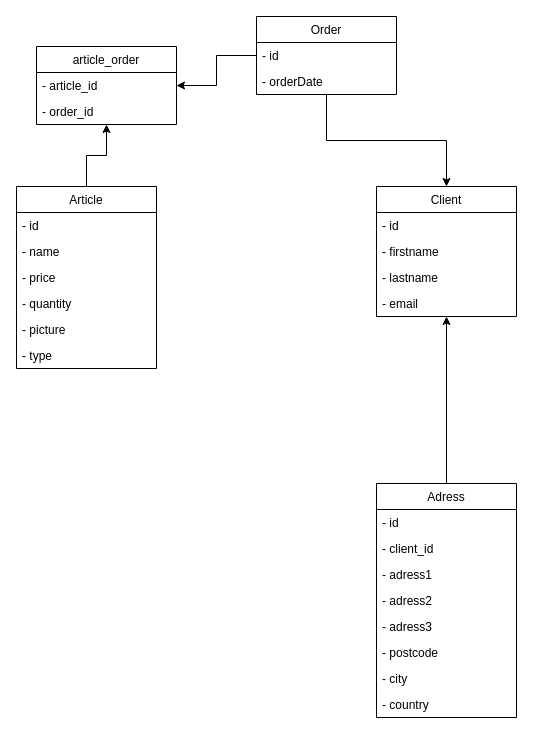
hugoomdra/j2e_ProjetFinal keeps this draw.io diagram as readme/diagram/class_diagram.drawio. Above is the earlier version. Source tidied: cells renumbered, new cells numbered last; positions are measured from the earlier drawing's top-left corner, leaving out a move shared by most shapes. Both pictures are drawn from the tidied source at 100%, with x=0, y=0 at pixel (16, 16).
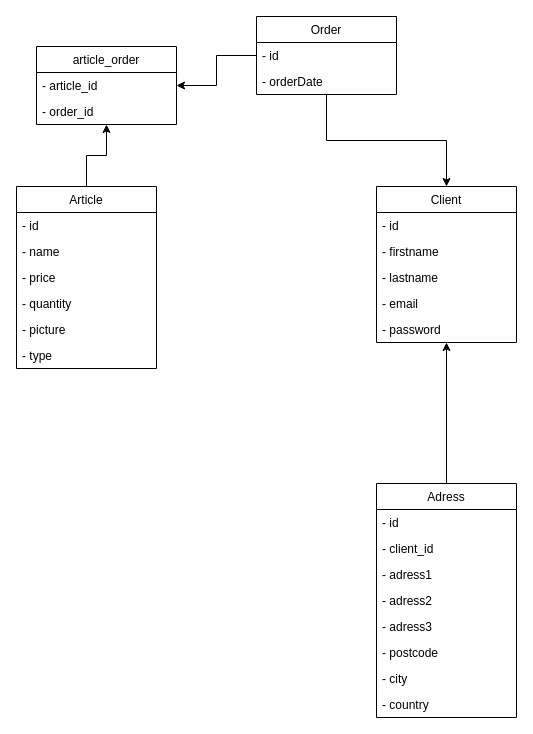
Above is the later version.

What changed in the source:
```diff
@@
     <mxCell id="12" value="Client" style="swimlane;fontStyle=0;horizontal=1;startSize=26;fillColor=none;" parent="1" vertex="1">
-      <mxGeometry x="360" y="170" width="140" height="130" as="geometry" />
+      <mxGeometry x="360" y="170" width="140" height="156" as="geometry" />
     </mxCell>
@@
+    <mxCell id="33" value="- password" style="text;strokeColor=none;fillColor=none;align=left;verticalAlign=top;spacingLeft=4;spacingRight=4;overflow=hidden;" parent="12" vertex="1">
+      <mxGeometry y="130" width="140" height="26" as="geometry" />
+    </mxCell>
```
